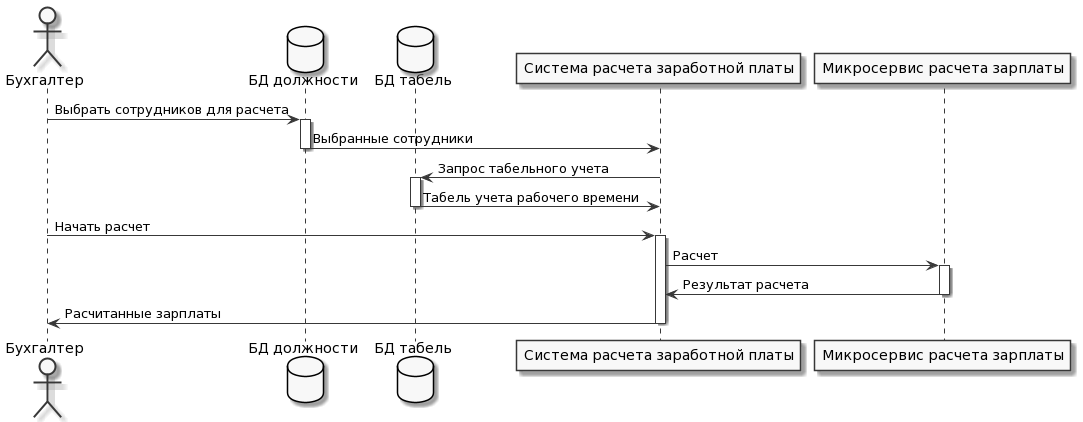
AirNus/AirNus.github.io keeps this PlantUML diagram as 2_semestr/Sequence/Sequence_ver2.png. Above is the earlier version. Source of this version:
```plantuml
@startuml
skinparam monochrome true

actor Бухгалтер as Bux
database "БД должности" as DbPos
database "БД табель" as DbTab
participant "Cистема расчета заработной платы" as object
participant "Микросервис расчета зарплаты" as mic


Bux -> DbPos: Выбрать сотрудников для расчета
activate DbPos
DbPos -> object: Выбранные сотрудники
deactivate DbPos
object -> DbTab: Запрос табельного учета
activate DbTab
DbTab -> object: Табель учета рабочего времени
deactivate DbTab
Bux -> object: Начать расчет
activate object
object-> mic: Расчет
activate mic
mic -> object: Результат расчета
deactivate mic
object -> Bux : Расчитанные зарплаты
deactivate object
@enduml
```
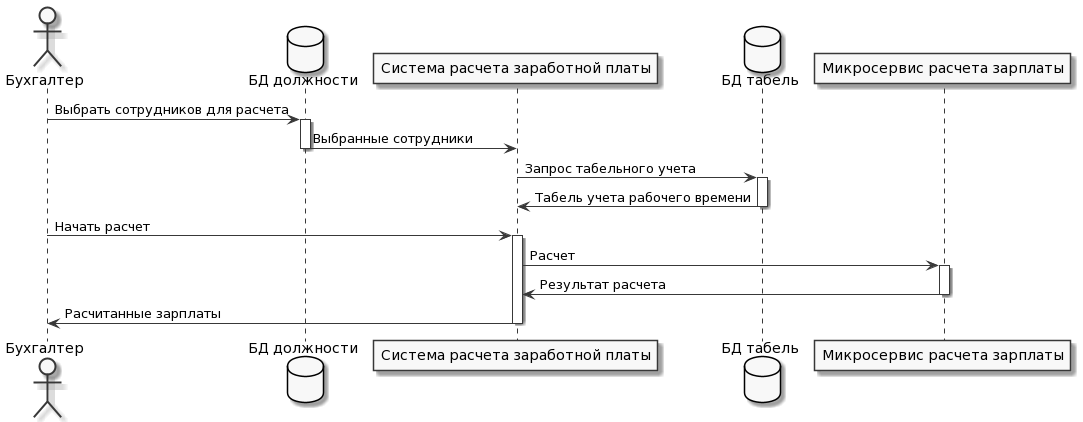
After the change.

Change to the diagram source:
```diff
@@ -3,8 +3,8 @@
 
 actor Бухгалтер as Bux
 database "БД должности" as DbPos
+participant "Cистема расчета заработной платы" as object
 database "БД табель" as DbTab
-participant "Cистема расчета заработной платы" as object
 participant "Микросервис расчета зарплаты" as mic
 
 
```
